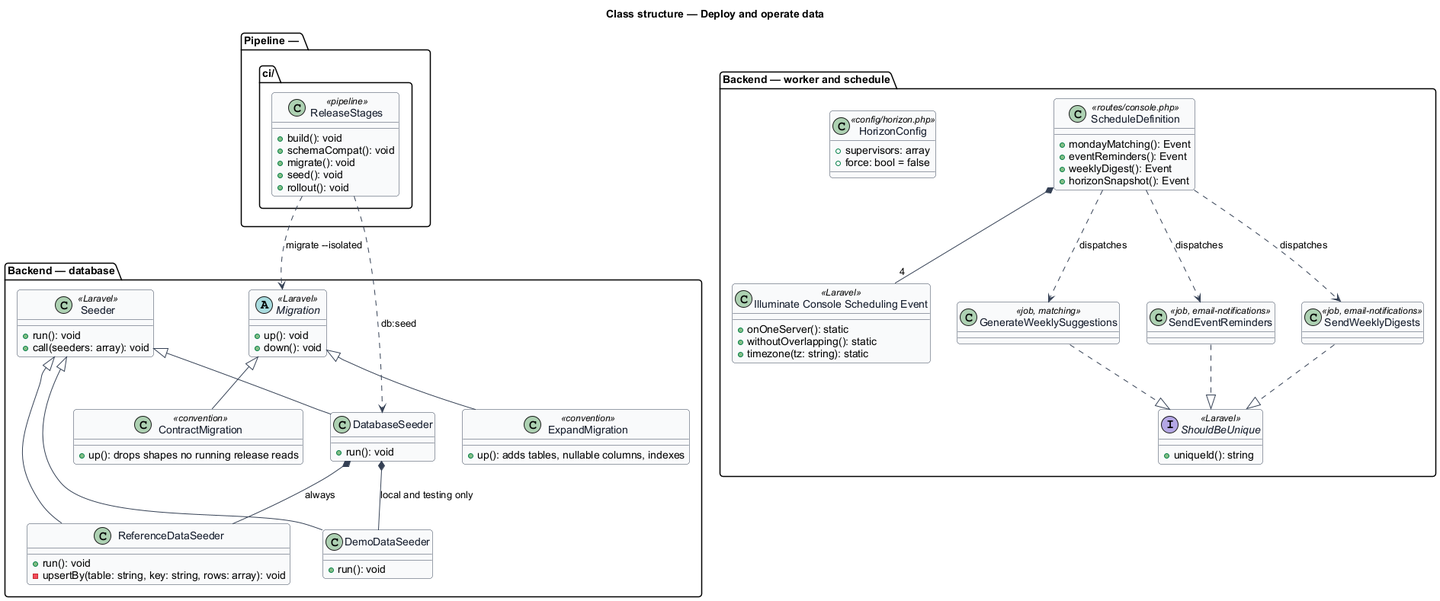
This is docs/detailed-designs/operations/deploy-and-operate-data/diagrams/class-structure.png from QuinntyneBrown/banaro, a PlantUML export, as it was before one commit.
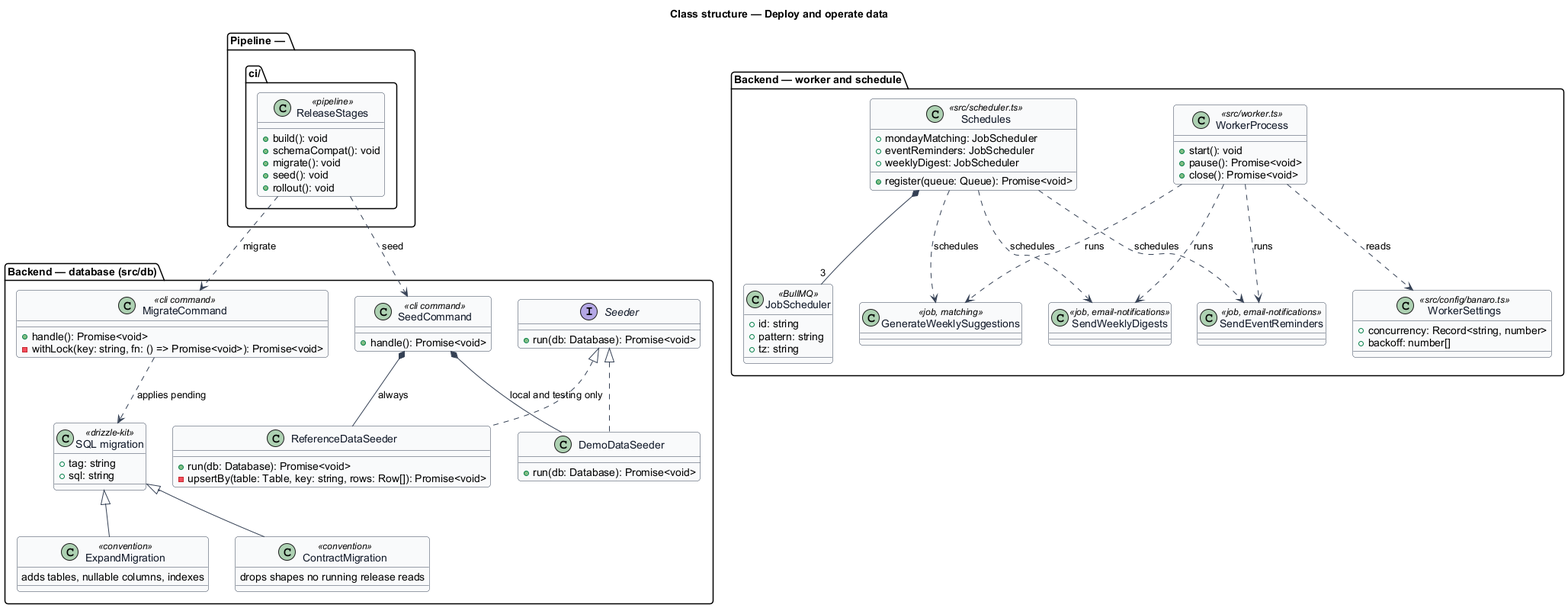
The same file after the commit.

What changed in the source:
```diff
@@ -11,54 +11,59 @@
 }
 title Class structure — Deploy and operate data
 
-package "Backend — database" {
-  abstract class Migration <<Laravel>> {
-    +up(): void
-    +down(): void
+package "Backend — database (src/db)" {
+  class MigrateCommand <<cli command>> {
+    +handle(): Promise<void>
+    -withLock(key: string, fn: () => Promise<void>): Promise<void>
+  }
+  class "SQL migration" as Migration <<drizzle-kit>> {
+    +tag: string
+    +sql: string
   }
   class ExpandMigration <<convention>> {
-    +up(): adds tables, nullable columns, indexes
+    adds tables, nullable columns, indexes
   }
   class ContractMigration <<convention>> {
-    +up(): drops shapes no running release reads
+    drops shapes no running release reads
   }
-  class Seeder <<Laravel>> {
-    +run(): void
-    +call(seeders: array): void
+  class SeedCommand <<cli command>> {
+    +handle(): Promise<void>
   }
-  class DatabaseSeeder {
-    +run(): void
+  interface Seeder {
+    +run(db: Database): Promise<void>
   }
   class ReferenceDataSeeder {
-    +run(): void
-    -upsertBy(table: string, key: string, rows: array): void
+    +run(db: Database): Promise<void>
+    -upsertBy(table: Table, key: string, rows: Row[]): Promise<void>
   }
   class DemoDataSeeder {
-    +run(): void
+    +run(db: Database): Promise<void>
   }
 }
 
 package "Backend — worker and schedule" {
-  class ScheduleDefinition <<routes/console.php>> {
-    +mondayMatching(): Event
-    +eventReminders(): Event
-    +weeklyDigest(): Event
-    +horizonSnapshot(): Event
+  class Schedules <<src/scheduler.ts>> {
+    +mondayMatching: JobScheduler
+    +eventReminders: JobScheduler
+    +weeklyDigest: JobScheduler
+    +register(queue: Queue): Promise<void>
   }
-  class "Illuminate Console Scheduling Event" as SchedEvent <<Laravel>> {
-    +onOneServer(): static
-    +withoutOverlapping(): static
-    +timezone(tz: string): static
+  class JobScheduler <<BullMQ>> {
+    +id: string
+    +pattern: string
+    +tz: string
   }
-  interface ShouldBeUnique <<Laravel>> {
-    +uniqueId(): string
+  class WorkerProcess <<src/worker.ts>> {
+    +start(): void
+    +pause(): Promise<void>
+    +close(): Promise<void>
   }
   class GenerateWeeklySuggestions <<job, matching>>
   class SendEventReminders <<job, email-notifications>>
   class SendWeeklyDigests <<job, email-notifications>>
-  class HorizonConfig <<config/horizon.php>> {
-    +supervisors: array
-    +force: bool = false
+  class WorkerSettings <<src/config/banaro.ts>> {
+    +concurrency: Record<string, number>
+    +backoff: number[]
   }
 }
 
@@ -74,18 +79,19 @@
 
 Migration <|-- ExpandMigration
 Migration <|-- ContractMigration
-Seeder <|-- DatabaseSeeder
-Seeder <|-- ReferenceDataSeeder
-Seeder <|-- DemoDataSeeder
-DatabaseSeeder *-- ReferenceDataSeeder : always
-DatabaseSeeder *-- DemoDataSeeder : local and testing only
-ScheduleDefinition *-- "4" SchedEvent
-ScheduleDefinition ..> GenerateWeeklySuggestions : dispatches
-ScheduleDefinition ..> SendEventReminders : dispatches
-ScheduleDefinition ..> SendWeeklyDigests : dispatches
-GenerateWeeklySuggestions ..|> ShouldBeUnique
-SendEventReminders ..|> ShouldBeUnique
-SendWeeklyDigests ..|> ShouldBeUnique
-ReleaseStages ..> Migration : migrate ~-~-isolated
-ReleaseStages ..> DatabaseSeeder : db:seed
+MigrateCommand ..> Migration : applies pending
+Seeder <|.. ReferenceDataSeeder
+Seeder <|.. DemoDataSeeder
+SeedCommand *-- ReferenceDataSeeder : always
+SeedCommand *-- DemoDataSeeder : local and testing only
+Schedules *-- "3" JobScheduler
+Schedules ..> GenerateWeeklySuggestions : schedules
+Schedules ..> SendEventReminders : schedules
+Schedules ..> SendWeeklyDigests : schedules
+WorkerProcess ..> GenerateWeeklySuggestions : runs
+WorkerProcess ..> SendEventReminders : runs
+WorkerProcess ..> SendWeeklyDigests : runs
+WorkerProcess ..> WorkerSettings : reads
+ReleaseStages ..> MigrateCommand : migrate
+ReleaseStages ..> SeedCommand : seed
 @enduml
```
